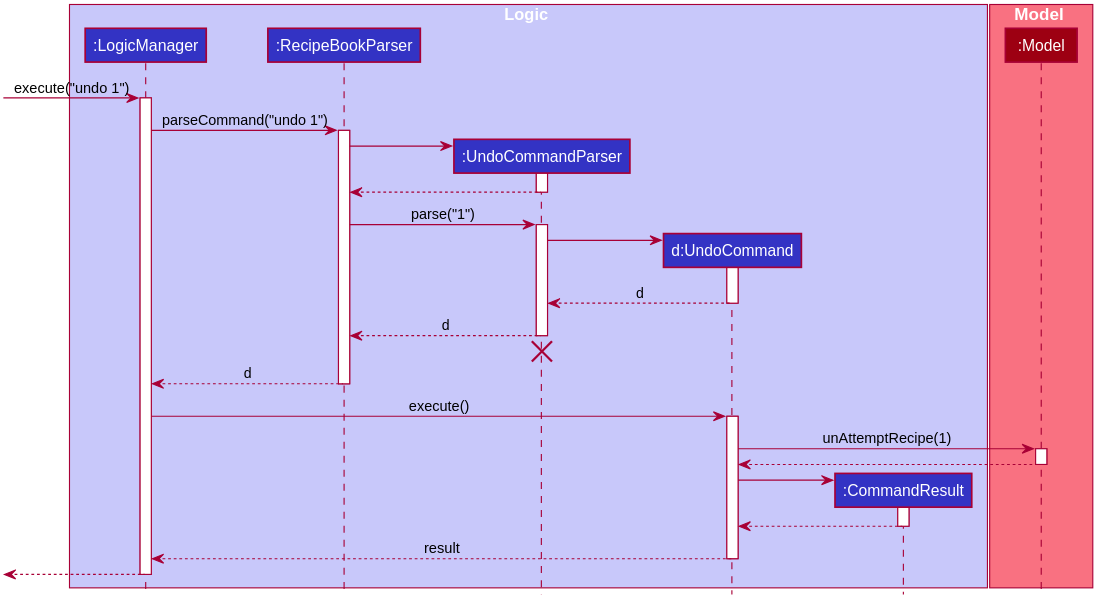
The PlantUML diagram docs/images/UndoSequenceDiagram.svg in nus-cs2103-AY1920S2/addressbook-level3, before a commit.
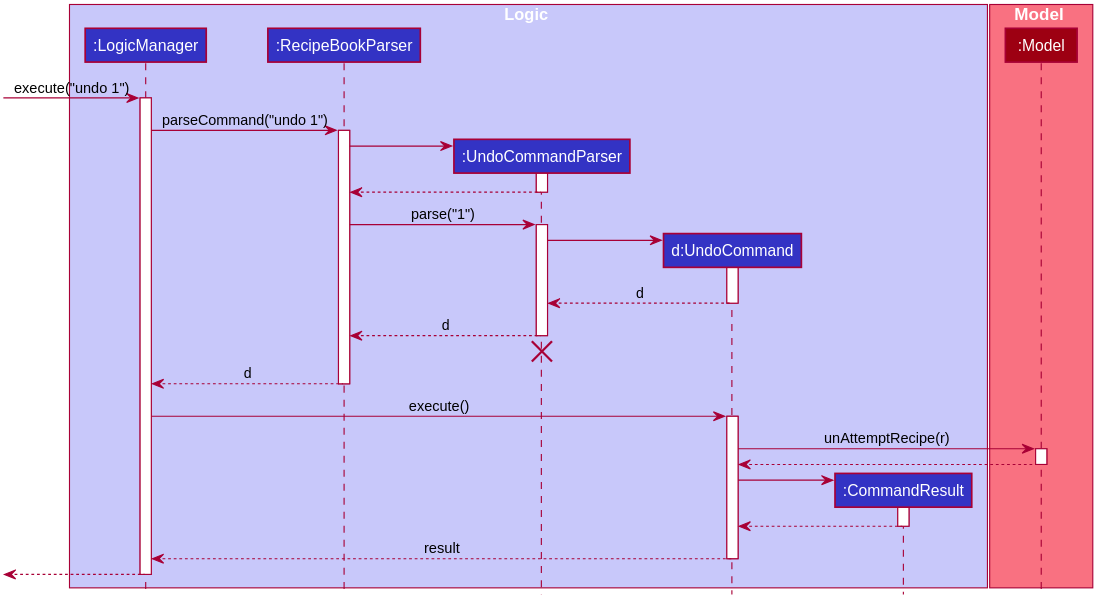
Later version of the same file.

The edit, as a diff of the source:
```diff
@@ -97,7 +97,7 @@
 LogicManager -> UndoCommand : execute()
 activate UndoCommand
 
-UndoCommand -> Model : unAttemptRecipe(1)
+UndoCommand -> Model : unAttemptRecipe(r)
 activate Model
 
 Model --> UndoCommand
```
